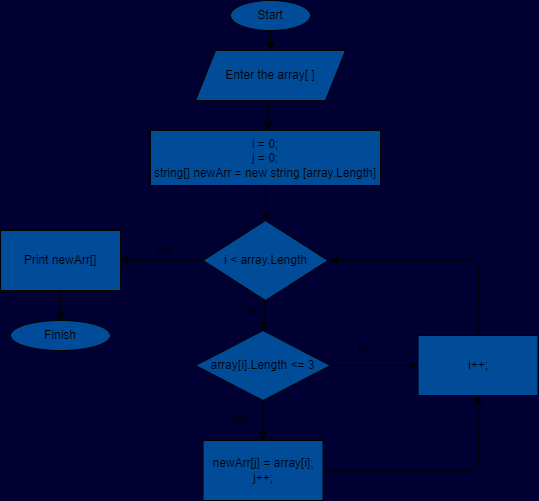
Above: Block-Scheme.drawio.png in Kate-belozerts/FinalWork (draw.io), before the change. Source tidied: cells renumbered, new cells last; positions are measured from the earlier drawing's top-left corner, leaving out a move shared by most shapes.
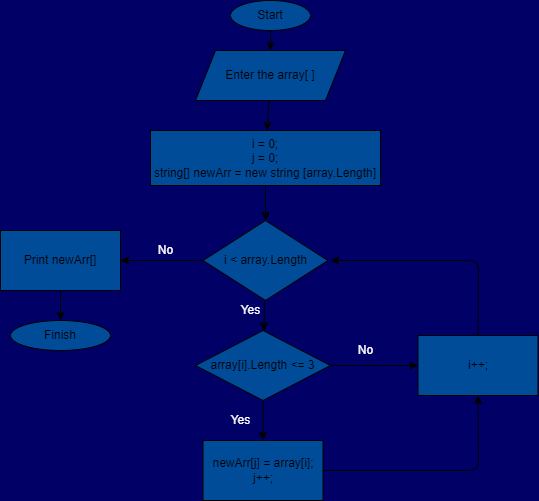
Later version of the same file.

Commit message:
Corrected color of block-scheme's lines.

What changed in the source:
```diff
@@ -1,44 +1,44 @@
-<mxGraphModel background="#000033">
+<mxGraphModel background="#000066">
   <root>
     <mxCell id="0" />
     <mxCell id="1" parent="0" />
-    <mxCell id="2" style="edgeStyle=none;html=1;fillColor=#004C99;" parent="1" edge="1" source="3" target="5">
+    <mxCell id="2" style="edgeStyle=none;html=1;fillColor=#FFFFFF;" parent="1" edge="1" source="3" target="5">
       <mxGeometry relative="1" as="geometry" />
     </mxCell>
     <mxCell id="3" value="Start" style="ellipse;whiteSpace=wrap;html=1;fillColor=#004C99;" parent="1" vertex="1">
       <mxGeometry x="230" width="80" height="30" as="geometry" />
     </mxCell>
-    <mxCell id="4" style="edgeStyle=none;html=1;fillColor=#004C99;" parent="1" edge="1" source="5" target="7">
+    <mxCell id="4" style="edgeStyle=none;html=1;fillColor=#FFFFFF;" parent="1" edge="1" source="5" target="7">
       <mxGeometry relative="1" as="geometry" />
     </mxCell>
     <mxCell id="5" value="Enter the array[ ]" style="shape=parallelogram;perimeter=parallelogramPerimeter;whiteSpace=wrap;html=1;fixedSize=1;fillColor=#004C99;" parent="1" vertex="1">
       <mxGeometry x="195" y="50" width="150" height="50" as="geometry" />
     </mxCell>
-    <mxCell id="6" style="edgeStyle=none;html=1;fillColor=#004C99;" parent="1" edge="1" source="7" target="10">
+    <mxCell id="6" style="edgeStyle=none;html=1;fillColor=#FFFFFF;" parent="1" edge="1" source="7" target="10">
       <mxGeometry relative="1" as="geometry" />
     </mxCell>
     <mxCell id="7" value="i = 0;&lt;br&gt;j = 0;&lt;br&gt;string[] newArr = new string [array.Length]" style="whiteSpace=wrap;html=1;fillColor=#004C99;" parent="1" vertex="1">
       <mxGeometry x="150" y="130" width="230" height="55" as="geometry" />
     </mxCell>
-    <mxCell id="8" style="edgeStyle=none;html=1;fillColor=#004C99;" parent="1" edge="1" source="10" target="13">
+    <mxCell id="8" style="edgeStyle=none;html=1;fillColor=#FFFFFF;" parent="1" edge="1" source="10" target="13">
       <mxGeometry relative="1" as="geometry" />
     </mxCell>
-    <mxCell id="9" style="edgeStyle=none;html=1;fillColor=#004C99;" parent="1" edge="1" source="10" target="19">
+    <mxCell id="9" style="edgeStyle=none;html=1;fillColor=#FFFFFF;" parent="1" edge="1" source="10" target="19">
       <mxGeometry relative="1" as="geometry" />
     </mxCell>
     <mxCell id="10" value="i &amp;lt; array.Length" style="rhombus;whiteSpace=wrap;html=1;fillColor=#004C99;" parent="1" vertex="1">
       <mxGeometry x="202.5" y="220" width="125" height="80" as="geometry" />
     </mxCell>
-    <mxCell id="11" style="edgeStyle=none;html=1;fillColor=#004C99;" parent="1" edge="1" source="13" target="15">
+    <mxCell id="11" style="edgeStyle=none;html=1;fillColor=#FFFFFF;" parent="1" edge="1" source="13" target="15">
       <mxGeometry relative="1" as="geometry" />
     </mxCell>
-    <mxCell id="12" style="edgeStyle=none;html=1;fillColor=#004C99;" parent="1" edge="1" source="13" target="17">
+    <mxCell id="12" style="edgeStyle=none;html=1;fillColor=#FFFFFF;" parent="1" edge="1" source="13" target="17">
       <mxGeometry relative="1" as="geometry" />
     </mxCell>
     <mxCell id="13" value="array[i].Length &amp;lt;= 3" style="rhombus;whiteSpace=wrap;html=1;fillColor=#004C99;" parent="1" vertex="1">
       <mxGeometry x="195" y="330" width="135" height="70" as="geometry" />
     </mxCell>
-    <mxCell id="14" style="edgeStyle=none;html=1;exitX=1;exitY=0.5;exitDx=0;exitDy=0;entryX=0.5;entryY=1;entryDx=0;entryDy=0;fillColor=#004C99;" parent="1" edge="1" source="15" target="17">
+    <mxCell id="14" style="edgeStyle=none;html=1;exitX=1;exitY=0.5;exitDx=0;exitDy=0;entryX=0.5;entryY=1;entryDx=0;entryDy=0;fillColor=#FFFFFF;" parent="1" edge="1" source="15" target="17">
       <mxGeometry relative="1" as="geometry">
         <Array as="points">
           <mxPoint x="478" y="470" />
@@ -48,7 +48,7 @@
     <mxCell id="15" value="newArr[j] = array[i];&lt;br&gt;j++;" style="whiteSpace=wrap;html=1;fillColor=#004C99;" parent="1" vertex="1">
       <mxGeometry x="202.5" y="440" width="120" height="60" as="geometry" />
     </mxCell>
-    <mxCell id="16" style="edgeStyle=none;html=1;exitX=0.5;exitY=0;exitDx=0;exitDy=0;fillColor=#004C99;" parent="1" edge="1" source="17">
+    <mxCell id="16" style="edgeStyle=none;html=1;exitX=0.5;exitY=0;exitDx=0;exitDy=0;fillColor=#FFFFFF;" parent="1" edge="1" source="17">
       <mxGeometry relative="1" as="geometry">
         <mxPoint x="330" y="260" as="targetPoint" />
         <Array as="points">
@@ -59,7 +59,7 @@
     <mxCell id="17" value="i++;" style="whiteSpace=wrap;html=1;fillColor=#004C99;" parent="1" vertex="1">
       <mxGeometry x="417.5" y="335" width="120" height="60" as="geometry" />
     </mxCell>
-    <mxCell id="18" style="edgeStyle=none;html=1;fillColor=#004C99;" parent="1" edge="1" source="19" target="20">
+    <mxCell id="18" style="edgeStyle=none;html=1;fillColor=#FFFFFF;" parent="1" edge="1" source="19" target="20">
       <mxGeometry relative="1" as="geometry" />
     </mxCell>
     <mxCell id="19" value="Print newArr[]" style="whiteSpace=wrap;html=1;fillColor=#004C99;" parent="1" vertex="1">
@@ -68,16 +68,16 @@
     <mxCell id="20" value="Finish" style="ellipse;whiteSpace=wrap;html=1;fillColor=#004C99;" parent="1" vertex="1">
       <mxGeometry x="10" y="320" width="100" height="30" as="geometry" />
     </mxCell>
-    <mxCell id="21" value="Yes&lt;br&gt;" style="text;html=1;align=center;verticalAlign=middle;strokeColor=none;fillColor=none;" parent="1" vertex="1">
+    <mxCell id="21" value="&lt;font color=&quot;#ffffff&quot;&gt;Yes&lt;/font&gt;" style="text;html=1;align=center;verticalAlign=middle;strokeColor=none;fillColor=none;" parent="1" vertex="1">
       <mxGeometry x="230" y="300" width="40" height="20" as="geometry" />
     </mxCell>
-    <mxCell id="22" value="No&lt;br&gt;" style="text;html=1;align=center;verticalAlign=middle;strokeColor=none;fillColor=none;" parent="1" vertex="1">
+    <mxCell id="22" value="&lt;font color=&quot;#ffffff&quot;&gt;No&lt;/font&gt;" style="text;html=1;align=center;verticalAlign=middle;strokeColor=none;fillColor=none;shadow=1;" parent="1" vertex="1">
       <mxGeometry x="350" y="340" width="30" height="20" as="geometry" />
     </mxCell>
-    <mxCell id="23" value="Yes&lt;br&gt;" style="text;html=1;align=center;verticalAlign=middle;strokeColor=none;fillColor=none;" parent="1" vertex="1">
+    <mxCell id="23" value="&lt;font color=&quot;#ffffff&quot;&gt;Yes&lt;/font&gt;" style="text;html=1;align=center;verticalAlign=middle;strokeColor=none;fillColor=none;" parent="1" vertex="1">
       <mxGeometry x="220" y="410" width="40" height="20" as="geometry" />
     </mxCell>
-    <mxCell id="24" value="No&lt;br&gt;" style="text;html=1;align=center;verticalAlign=middle;strokeColor=none;fillColor=none;" parent="1" vertex="1">
+    <mxCell id="24" value="&lt;font color=&quot;#ffffff&quot;&gt;No&lt;/font&gt;" style="text;html=1;align=center;verticalAlign=middle;strokeColor=none;fillColor=none;shadow=1;" parent="1" vertex="1">
       <mxGeometry x="150" y="240" width="30" height="20" as="geometry" />
     </mxCell>
   </root>
```
